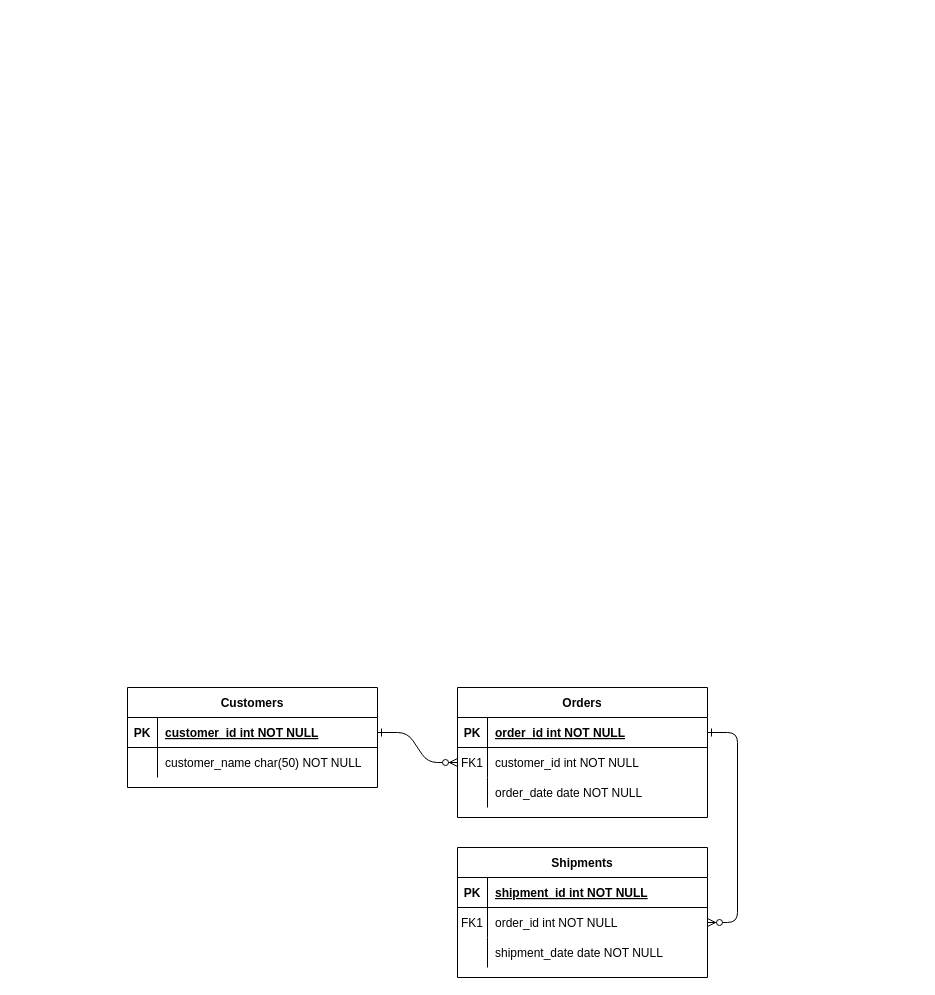
vitorjurj/Databases keeps this draw.io diagram as spatial_db.drawio. Above is the earlier version. Source tidied: cells renumbered, new cells numbered last; positions are measured from the earlier drawing's top-left corner, leaving out a move shared by most shapes. Both pictures are drawn from the tidied source at 100%, with x=0, y=0 at pixel (127, 687).
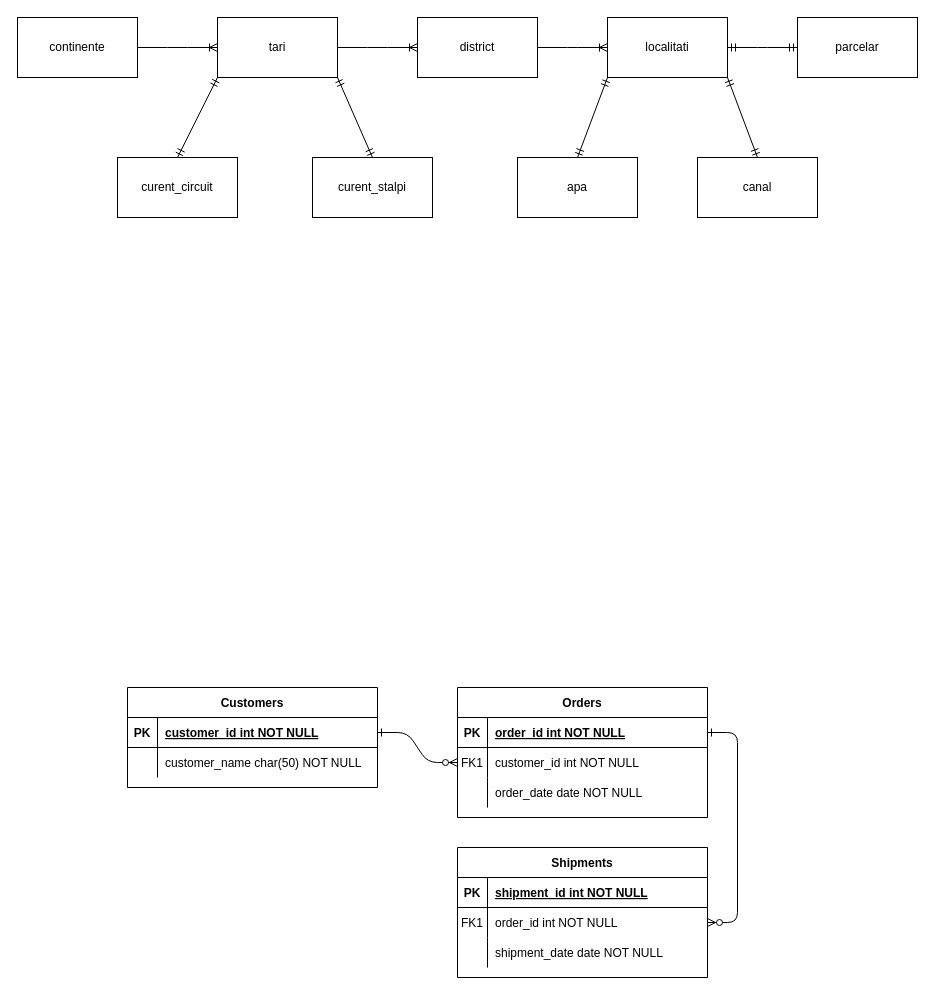
The same diagram, later.

What changed in the source:
```diff
@@
+    <mxCell id="31" value="continente" style="rounded=0;whiteSpace=wrap;html=1;" parent="1" vertex="1">
+      <mxGeometry x="-110" y="-670" width="120" height="60" as="geometry" />
+    </mxCell>
+    <mxCell id="32" value="tari" style="rounded=0;whiteSpace=wrap;html=1;" parent="1" vertex="1">
+      <mxGeometry x="90" y="-670" width="120" height="60" as="geometry" />
+    </mxCell>
+    <mxCell id="33" value="district" style="rounded=0;whiteSpace=wrap;html=1;" parent="1" vertex="1">
+      <mxGeometry x="290" y="-670" width="120" height="60" as="geometry" />
+    </mxCell>
+    <mxCell id="34" value="localitati" style="rounded=0;whiteSpace=wrap;html=1;" parent="1" vertex="1">
+      <mxGeometry x="480" y="-670" width="120" height="60" as="geometry" />
+    </mxCell>
+    <mxCell id="35" value="parcelar" style="rounded=0;whiteSpace=wrap;html=1;" parent="1" vertex="1">
+      <mxGeometry x="670" y="-670" width="120" height="60" as="geometry" />
+    </mxCell>
+    <mxCell id="36" value="apa" style="rounded=0;whiteSpace=wrap;html=1;" parent="1" vertex="1">
+      <mxGeometry x="390" y="-530" width="120" height="60" as="geometry" />
+    </mxCell>
+    <mxCell id="37" style="edgeStyle=entityRelationEdgeStyle;fontSize=12;html=1;endArrow=ERoneToMany;rounded=0;exitX=1;exitY=0.5;exitDx=0;exitDy=0;entryX=0;entryY=0.5;entryDx=0;entryDy=0;" parent="1" edge="1" source="31" target="32">
+      <mxGeometry relative="1" as="geometry" />
+    </mxCell>
+    <mxCell id="38" value="canal" style="rounded=0;whiteSpace=wrap;html=1;" parent="1" vertex="1">
+      <mxGeometry x="570" y="-530" width="120" height="60" as="geometry" />
+    </mxCell>
+    <mxCell id="39" value="curent_circuit" style="rounded=0;whiteSpace=wrap;html=1;" parent="1" vertex="1">
+      <mxGeometry x="-10" y="-530" width="120" height="60" as="geometry" />
+    </mxCell>
+    <mxCell id="40" value="curent_stalpi" style="rounded=0;whiteSpace=wrap;html=1;" parent="1" vertex="1">
+      <mxGeometry x="185" y="-530" width="120" height="60" as="geometry" />
+    </mxCell>
+    <mxCell id="41" style="edgeStyle=entityRelationEdgeStyle;fontSize=12;html=1;endArrow=ERoneToMany;rounded=0;exitX=1;exitY=0.5;exitDx=0;exitDy=0;entryX=0;entryY=0.5;entryDx=0;entryDy=0;" parent="1" edge="1" source="32" target="33">
+      <mxGeometry relative="1" as="geometry" />
+    </mxCell>
+    <mxCell id="42" style="edgeStyle=entityRelationEdgeStyle;fontSize=12;html=1;endArrow=ERoneToMany;rounded=0;exitX=1;exitY=0.5;exitDx=0;exitDy=0;entryX=0;entryY=0.5;entryDx=0;entryDy=0;" parent="1" edge="1" source="33" target="34">
+      <mxGeometry relative="1" as="geometry">
+        <Array as="points">
+          <mxPoint x="350" y="-600" />
+        </Array>
+      </mxGeometry>
+    </mxCell>
+    <mxCell id="43" style="edgeStyle=entityRelationEdgeStyle;fontSize=12;html=1;endArrow=ERmandOne;startArrow=ERmandOne;rounded=0;exitX=1;exitY=0.5;exitDx=0;exitDy=0;entryX=0;entryY=0.5;entryDx=0;entryDy=0;" parent="1" edge="1" source="34" target="35">
+      <mxGeometry relative="1" as="geometry" />
+    </mxCell>
+    <mxCell id="44" style="fontSize=12;html=1;endArrow=ERmandOne;startArrow=ERmandOne;rounded=0;entryX=0;entryY=1;entryDx=0;entryDy=0;exitX=0.5;exitY=0;exitDx=0;exitDy=0;" parent="1" edge="1" source="36" target="34">
+      <mxGeometry relative="1" as="geometry" />
+    </mxCell>
+    <mxCell id="45" style="fontSize=12;html=1;endArrow=ERmandOne;startArrow=ERmandOne;rounded=0;entryX=1;entryY=1;entryDx=0;entryDy=0;exitX=0.5;exitY=0;exitDx=0;exitDy=0;" parent="1" edge="1" source="38" target="34">
+      <mxGeometry relative="1" as="geometry" />
+    </mxCell>
+    <mxCell id="46" style="fontSize=12;html=1;endArrow=ERmandOne;startArrow=ERmandOne;rounded=0;entryX=0;entryY=1;entryDx=0;entryDy=0;exitX=0.5;exitY=0;exitDx=0;exitDy=0;" parent="1" edge="1" source="39" target="32">
+      <mxGeometry relative="1" as="geometry" />
+    </mxCell>
+    <mxCell id="47" style="fontSize=12;html=1;endArrow=ERmandOne;startArrow=ERmandOne;rounded=0;entryX=1;entryY=1;entryDx=0;entryDy=0;exitX=0.5;exitY=0;exitDx=0;exitDy=0;" parent="1" edge="1" source="40" target="32">
+      <mxGeometry relative="1" as="geometry" />
+    </mxCell>
```
